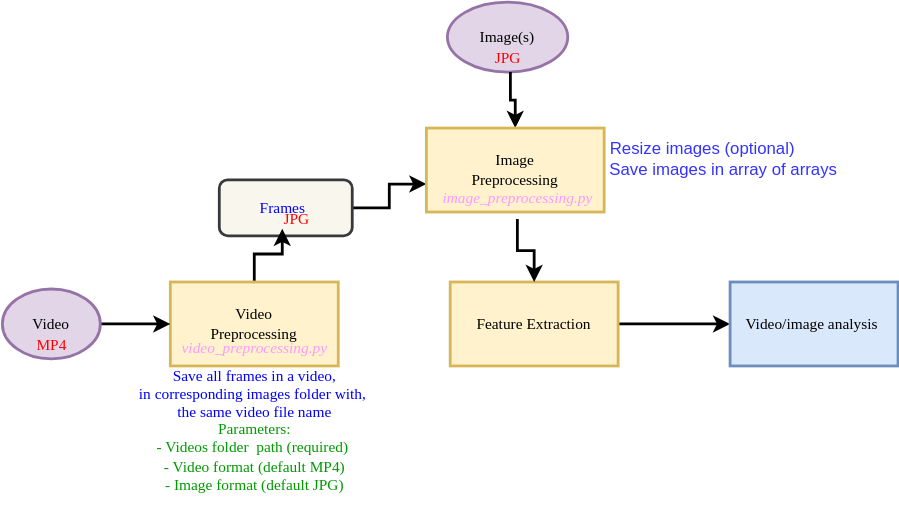
simulamet-host/video_analytics keeps this draw.io diagram as System Pipeline.drawio.svg. Above is the earlier version. Source tidied: cells renumbered, new cells last; positions are measured from the earlier drawing's top-left corner, leaving out a move shared by most shapes.
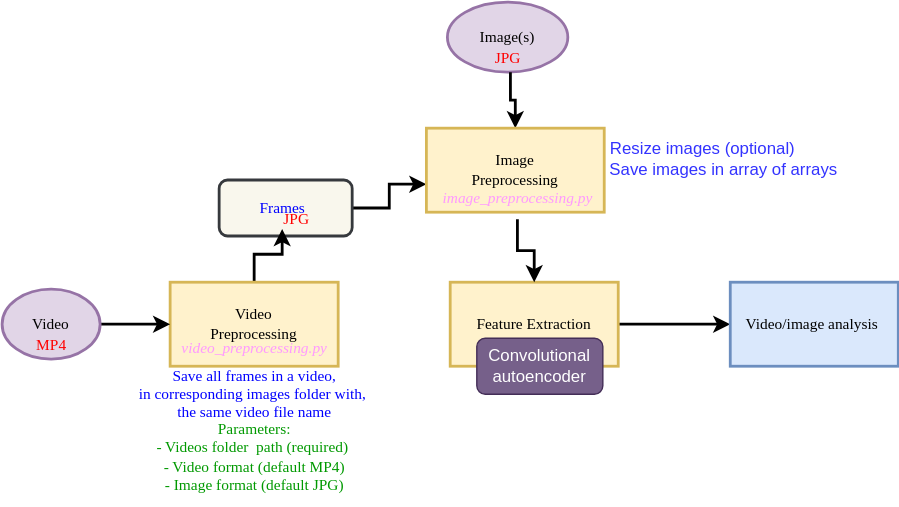
After the change.

Commit message:
update the system pipeline

Diff of the diagram source:
```diff
@@ -73,5 +73,8 @@
     <mxCell id="24" value="&lt;font color=&quot;#3333ff&quot;&gt;Save images in array of arrays&lt;/font&gt;" style="text;html=1;align=center;verticalAlign=middle;strokeColor=none;fillColor=none;fontSize=12;" parent="1" vertex="1">
       <mxGeometry x="420" y="105" width="190" height="30" as="geometry" />
     </mxCell>
+    <mxCell id="25" value="Convolutional autoencoder" style="rounded=1;whiteSpace=wrap;html=1;fillColor=#76608a;strokeColor=#432D57;fontColor=#ffffff;" parent="1" vertex="1">
+      <mxGeometry x="339" y="240" width="90" height="40" as="geometry" />
+    </mxCell>
   </root>
 </mxGraphModel>
```
